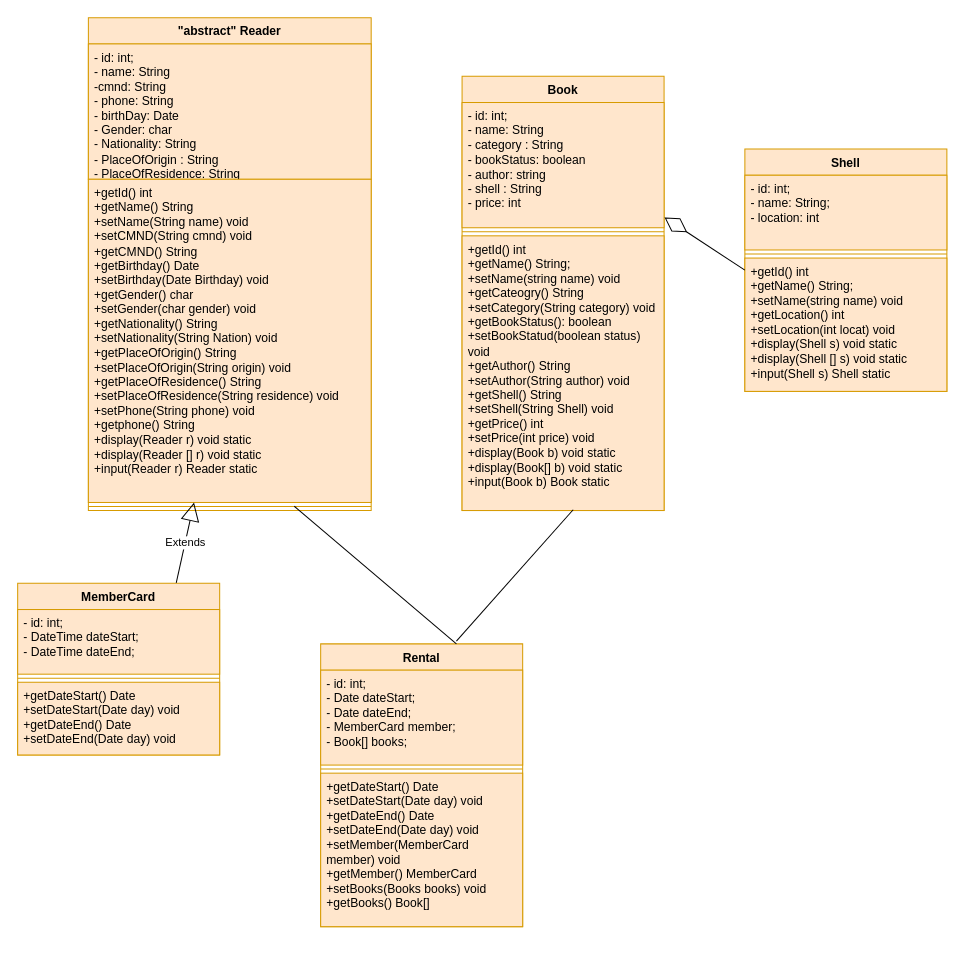
The draw.io diagram BookMan.ConsoleApp/Biểu đồ không có tiêu đề.drawio in sadbrain/week5, before the edit. Source tidied: cells renumbered, new cells numbered last; positions are measured from the earlier drawing's top-left corner, leaving out a move shared by most shapes. Both pictures are drawn from the tidied source at 101%, with x=0, y=0 at pixel (17, 17).
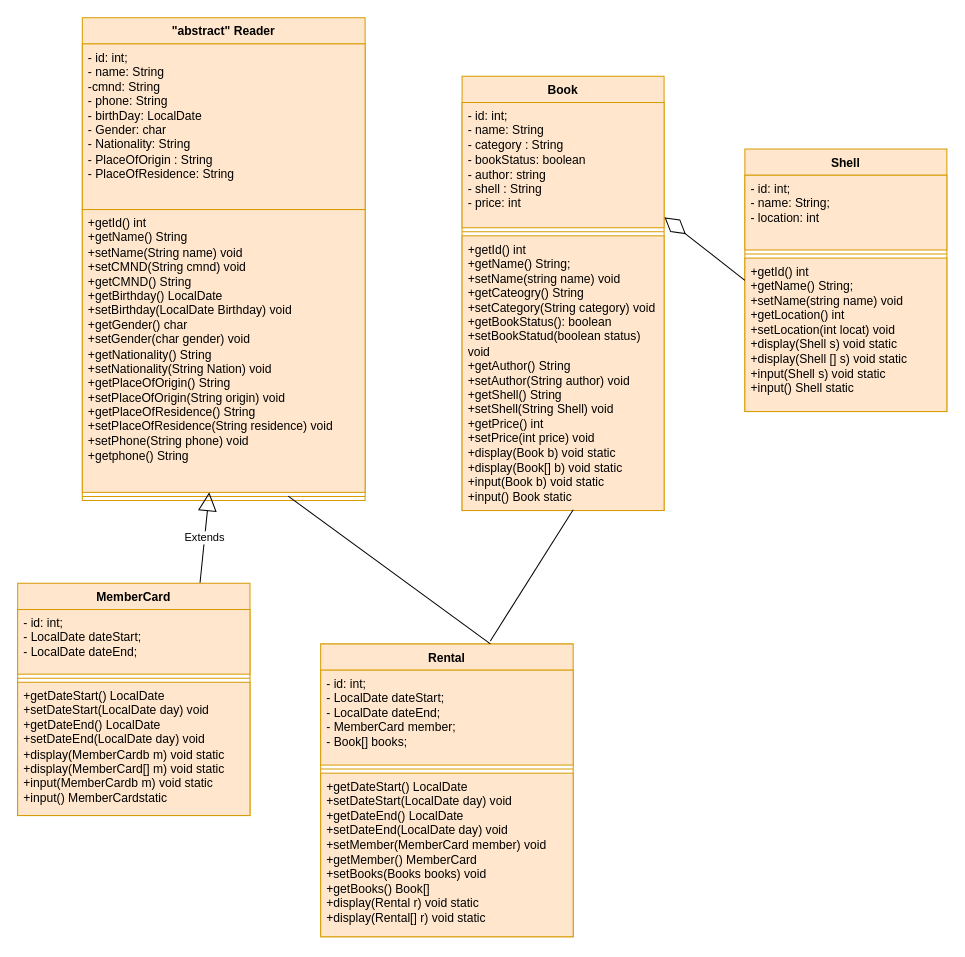
The same page after the edit.

Commit message:
Cập nhật Biểu đồ không có tiêu đề.drawio

Unchanged cells that the change refers to:
```xml
<mxCell id="19" value="Book" style="swimlane;fontStyle=1;align=center;verticalAlign=top;horizontal=1;startSize=26;whiteSpace=wrap;html=1;fillColor=#ffe6cc;strokeColor=#d79b00;" parent="1" vertex="1">
  <mxGeometry x="440" y="58" width="200" height="430" as="geometry" />
</mxCell>
```

What changed in the source:
```diff
@@
     <mxCell id="2" value="&quot;abstract&quot; Reader" style="swimlane;fontStyle=1;align=center;verticalAlign=top;horizontal=1;startSize=26;whiteSpace=wrap;html=1;fillColor=#ffe6cc;strokeColor=#d79b00;" parent="1" vertex="1">
-      <mxGeometry x="70" width="280" height="488" as="geometry" />
+      <mxGeometry x="64" width="280" height="478" as="geometry" />
     </mxCell>
-    <mxCell id="3" value="- id: int;&lt;br&gt;- name: String&lt;br&gt;-cmnd: String&lt;br&gt;- phone: String&lt;br&gt;- birthDay: Date&lt;br&gt;- Gender: char&lt;br&gt;- Nationality: String&lt;br&gt;- PlaceOfOrigin : String&lt;br&gt;- PlaceOfResidence: String" style="text;strokeColor=#d79b00;fillColor=#ffe6cc;align=left;verticalAlign=top;spacingLeft=4;spacingRight=4;overflow=hidden;whiteSpace=wrap;html=1;" parent="2" vertex="1">
-      <mxGeometry y="26" width="280" height="134" as="geometry" />
+    <mxCell id="3" value="- id: int;&lt;br&gt;- name: String&lt;br&gt;-cmnd: String&lt;br&gt;- phone: String&lt;br&gt;- birthDay: LocalDate&amp;nbsp;&lt;br&gt;- Gender: char&lt;br&gt;- Nationality: String&lt;br&gt;- PlaceOfOrigin : String&lt;br&gt;- PlaceOfResidence: String" style="text;strokeColor=#d79b00;fillColor=#ffe6cc;align=left;verticalAlign=top;spacingLeft=4;spacingRight=4;overflow=hidden;whiteSpace=wrap;html=1;" parent="2" vertex="1">
+      <mxGeometry y="26" width="280" height="164" as="geometry" />
     </mxCell>
-    <mxCell id="4" value="+getId() int&lt;br&gt;+getName() String&lt;br&gt;+setName(String name) void&lt;br&gt;+setCMND(String cmnd) void&lt;br&gt;+getCMND() String&lt;br&gt;+getBirthday() Date&lt;br&gt;+setBirthday(Date Birthday) void&lt;br&gt;+getGender() char&lt;br&gt;+setGender(char gender) void&lt;br&gt;+getNationality() String&lt;br&gt;+setNationality(String Nation) void&lt;br&gt;+getPlaceOfOrigin() String&lt;br&gt;+setPlaceOfOrigin(String origin) void&lt;br&gt;+getPlaceOfResidence() String&lt;br style=&quot;border-color: var(--border-color);&quot;&gt;+setPlaceOfResidence(String residence) void&lt;br&gt;+setPhone(String phone) void&lt;br&gt;+getphone() String&lt;br&gt;+display(Reader r) void&amp;nbsp;static&lt;br style=&quot;border-color: var(--border-color);&quot;&gt;+display(Reader&amp;nbsp;[] r) void static&lt;br style=&quot;border-color: var(--border-color);&quot;&gt;+input(Reader&amp;nbsp;r) Reader&amp;nbsp;static" style="text;strokeColor=#d79b00;fillColor=#ffe6cc;align=left;verticalAlign=top;spacingLeft=4;spacingRight=4;overflow=hidden;points=[[0,0.5],[1,0.5]];portConstraint=eastwest;whiteSpace=wrap;html=1;" parent="2" vertex="1">
-      <mxGeometry y="160" width="280" height="320" as="geometry" />
+    <mxCell id="4" value="+getId() int&lt;br&gt;+getName() String&lt;br&gt;+setName(String name) void&lt;br&gt;+setCMND(String cmnd) void&lt;br&gt;+getCMND() String&lt;br&gt;+getBirthday() LocalDate&amp;nbsp;&lt;br&gt;+setBirthday(LocalDate&amp;nbsp;Birthday) void&lt;br&gt;+getGender() char&lt;br&gt;+setGender(char gender) void&lt;br&gt;+getNationality() String&lt;br&gt;+setNationality(String Nation) void&lt;br&gt;+getPlaceOfOrigin() String&lt;br&gt;+setPlaceOfOrigin(String origin) void&lt;br&gt;+getPlaceOfResidence() String&lt;br style=&quot;border-color: var(--border-color);&quot;&gt;+setPlaceOfResidence(String residence) void&lt;br&gt;+setPhone(String phone) void&lt;br&gt;+getphone() String" style="text;strokeColor=#d79b00;fillColor=#ffe6cc;align=left;verticalAlign=top;spacingLeft=4;spacingRight=4;overflow=hidden;points=[[0,0.5],[1,0.5]];portConstraint=eastwest;whiteSpace=wrap;html=1;" parent="2" vertex="1">
+      <mxGeometry y="190" width="280" height="280" as="geometry" />
     </mxCell>
     <mxCell id="5" style="line;strokeWidth=1;fillColor=#ffe6cc;align=left;verticalAlign=middle;spacingTop=-1;spacingLeft=3;spacingRight=3;labelPosition=right;points=[];portConstraint=eastwest;strokeColor=#d79b00;" parent="2" vertex="1">
-      <mxGeometry y="480" width="280" height="8" as="geometry" />
+      <mxGeometry y="470" width="280" height="8" as="geometry" />
     </mxCell>
     <mxCell id="6" value="MemberCard" style="swimlane;fontStyle=1;align=center;verticalAlign=top;horizontal=1;startSize=26;whiteSpace=wrap;html=1;fillColor=#ffe6cc;strokeColor=#d79b00;" parent="1" vertex="1">
-      <mxGeometry y="560" width="200" height="170" as="geometry" />
+      <mxGeometry y="560" width="230" height="230" as="geometry" />
     </mxCell>
-    <mxCell id="7" value="- id: int;&lt;br&gt;- DateTime dateStart;&lt;br&gt;- DateTime dateEnd;" style="text;strokeColor=#d79b00;fillColor=#ffe6cc;align=left;verticalAlign=top;spacingLeft=4;spacingRight=4;overflow=hidden;whiteSpace=wrap;html=1;" parent="6" vertex="1">
-      <mxGeometry y="26" width="200" height="64" as="geometry" />
+    <mxCell id="7" value="- id: int;&lt;br&gt;- LocalDate dateStart;&lt;br&gt;- LocalDate&amp;nbsp;dateEnd;" style="text;strokeColor=#d79b00;fillColor=#ffe6cc;align=left;verticalAlign=top;spacingLeft=4;spacingRight=4;overflow=hidden;whiteSpace=wrap;html=1;" parent="6" vertex="1">
+      <mxGeometry y="26" width="230" height="64" as="geometry" />
     </mxCell>
     <mxCell id="8" style="line;strokeWidth=1;fillColor=#ffe6cc;align=left;verticalAlign=middle;spacingTop=-1;spacingLeft=3;spacingRight=3;labelPosition=right;strokeColor=#d79b00;" parent="6" vertex="1">
-      <mxGeometry y="90" width="200" height="8" as="geometry" />
+      <mxGeometry y="90" width="230" height="8" as="geometry" />
     </mxCell>
-    <mxCell id="9" value="+getDateStart() Date&lt;br&gt;+setDateStart(Date day) void&lt;br&gt;+getDateEnd() Date&lt;br style=&quot;border-color: var(--border-color);&quot;&gt;+setDateEnd(Date day) void" style="text;strokeColor=#d79b00;fillColor=#ffe6cc;align=left;verticalAlign=top;spacingLeft=4;spacingRight=4;overflow=hidden;whiteSpace=wrap;html=1;" parent="6" vertex="1">
-      <mxGeometry y="98" width="200" height="72" as="geometry" />
+    <mxCell id="9" value="+getDateStart() LocalDate&amp;nbsp;&lt;br&gt;+setDateStart(LocalDate&amp;nbsp;day) void&lt;br&gt;+getDateEnd() LocalDate&amp;nbsp;&lt;br style=&quot;border-color: var(--border-color);&quot;&gt;+setDateEnd(LocalDate&amp;nbsp;day) void&lt;br&gt;+display(MemberCardb m) void&amp;nbsp;static&lt;br style=&quot;border-color: var(--border-color);&quot;&gt;+display(MemberCard[] m) void static&lt;br style=&quot;border-color: var(--border-color);&quot;&gt;+input(MemberCardb m) void static&lt;br style=&quot;border-color: var(--border-color);&quot;&gt;+input()&amp;nbsp;MemberCardstatic" style="text;strokeColor=#d79b00;fillColor=#ffe6cc;align=left;verticalAlign=top;spacingLeft=4;spacingRight=4;overflow=hidden;whiteSpace=wrap;html=1;" parent="6" vertex="1">
+      <mxGeometry y="98" width="230" height="132" as="geometry" />
     </mxCell>
     <mxCell id="10" value="Rental" style="swimlane;fontStyle=1;align=center;verticalAlign=top;horizontal=1;startSize=26;whiteSpace=wrap;html=1;fillColor=#ffe6cc;strokeColor=#d79b00;" parent="1" vertex="1">
-      <mxGeometry x="300" y="620" width="200" height="280" as="geometry" />
+      <mxGeometry x="300" y="620" width="250" height="290" as="geometry" />
     </mxCell>
-    <mxCell id="11" value="- id: int;&lt;br&gt;- Date dateStart;&lt;br&gt;- Date dateEnd;&lt;br&gt;- MemberCard member;&lt;br&gt;- Book[] books;" style="text;strokeColor=#d79b00;fillColor=#ffe6cc;align=left;verticalAlign=top;spacingLeft=4;spacingRight=4;overflow=hidden;whiteSpace=wrap;html=1;" parent="10" vertex="1">
-      <mxGeometry y="26" width="200" height="94" as="geometry" />
+    <mxCell id="11" value="- id: int;&lt;br&gt;- LocalDate&amp;nbsp;dateStart;&lt;br&gt;- LocalDate&amp;nbsp;dateEnd;&lt;br&gt;- MemberCard member;&lt;br&gt;- Book[] books;" style="text;strokeColor=#d79b00;fillColor=#ffe6cc;align=left;verticalAlign=top;spacingLeft=4;spacingRight=4;overflow=hidden;whiteSpace=wrap;html=1;" parent="10" vertex="1">
+      <mxGeometry y="26" width="250" height="94" as="geometry" />
     </mxCell>
     <mxCell id="12" style="line;strokeWidth=1;fillColor=#ffe6cc;align=left;verticalAlign=middle;spacingTop=-1;spacingLeft=3;spacingRight=3;labelPosition=right;strokeColor=#d79b00;" parent="10" vertex="1">
-      <mxGeometry y="120" width="200" height="8" as="geometry" />
+      <mxGeometry y="120" width="250" height="8" as="geometry" />
     </mxCell>
-    <mxCell id="13" value="+getDateStart() Date&lt;br&gt;+setDateStart(Date day) void&lt;br&gt;+getDateEnd() Date&lt;br style=&quot;border-color: var(--border-color);&quot;&gt;+setDateEnd(Date day) void&lt;br&gt;+setMember(MemberCard member) void&lt;br&gt;+getMember() MemberCard&lt;br&gt;+setBooks(Books books) void&lt;br&gt;+getBooks() Book[]" style="text;strokeColor=#d79b00;fillColor=#ffe6cc;align=left;verticalAlign=top;spacingLeft=4;spacingRight=4;overflow=hidden;whiteSpace=wrap;html=1;" parent="10" vertex="1">
-      <mxGeometry y="128" width="200" height="152" as="geometry" />
+    <mxCell id="13" value="+getDateStart() LocalDate&amp;nbsp;&lt;br&gt;+setDateStart(LocalDate&amp;nbsp;day) void&lt;br&gt;+getDateEnd() LocalDate&amp;nbsp;&lt;br style=&quot;border-color: var(--border-color);&quot;&gt;+setDateEnd(LocalDate&amp;nbsp;day) void&lt;br&gt;+setMember(MemberCard member) void&lt;br&gt;+getMember() MemberCard&lt;br&gt;+setBooks(Books books) void&lt;br&gt;+getBooks() Book[]&lt;br&gt;+display(Rental r) void&amp;nbsp;static&lt;br style=&quot;border-color: var(--border-color);&quot;&gt;+display(Rental[] r) void static" style="text;strokeColor=#d79b00;fillColor=#ffe6cc;align=left;verticalAlign=top;spacingLeft=4;spacingRight=4;overflow=hidden;whiteSpace=wrap;html=1;" parent="10" vertex="1">
+      <mxGeometry y="128" width="250" height="162" as="geometry" />
     </mxCell>
     <mxCell id="14" value="Shell" style="swimlane;fontStyle=1;align=center;verticalAlign=top;horizontal=1;startSize=26;whiteSpace=wrap;html=1;fillColor=#ffe6cc;strokeColor=#d79b00;" parent="1" vertex="1">
-      <mxGeometry x="720" y="130" width="200" height="240" as="geometry" />
+      <mxGeometry x="720" y="130" width="200" height="260" as="geometry" />
     </mxCell>
@@
-    <mxCell id="17" value="+getId() int&lt;br style=&quot;border-color: var(--border-color);&quot;&gt;+getName() String;&lt;br style=&quot;border-color: var(--border-color);&quot;&gt;+setName(string name) void&lt;br style=&quot;border-color: var(--border-color);&quot;&gt;+getLocation() int&lt;br&gt;+setLocation(int locat) void&lt;br&gt;+display(Shell s) void&amp;nbsp;static&lt;br style=&quot;border-color: var(--border-color);&quot;&gt;+display(Shell [] s) void static&lt;br style=&quot;border-color: var(--border-color);&quot;&gt;+input(Shell&amp;nbsp;s) Shell static" style="text;strokeColor=#d79b00;fillColor=#ffe6cc;align=left;verticalAlign=top;spacingLeft=4;spacingRight=4;overflow=hidden;whiteSpace=wrap;html=1;" parent="14" vertex="1">
-      <mxGeometry y="108" width="200" height="132" as="geometry" />
+    <mxCell id="17" value="+getId() int&lt;br style=&quot;border-color: var(--border-color);&quot;&gt;+getName() String;&lt;br style=&quot;border-color: var(--border-color);&quot;&gt;+setName(string name) void&lt;br style=&quot;border-color: var(--border-color);&quot;&gt;+getLocation() int&lt;br&gt;+setLocation(int locat) void&lt;br&gt;+display(Shell s) void&amp;nbsp;static&lt;br style=&quot;border-color: var(--border-color);&quot;&gt;+display(Shell [] s) void static&lt;br style=&quot;border-color: var(--border-color);&quot;&gt;+input(Shell&amp;nbsp;s) void static&amp;nbsp; &amp;nbsp;&lt;br&gt;+input() Shell static&amp;nbsp;&amp;nbsp; &amp;nbsp; &amp;nbsp; &amp;nbsp; &amp;nbsp;" style="text;strokeColor=#d79b00;fillColor=#ffe6cc;align=left;verticalAlign=top;spacingLeft=4;spacingRight=4;overflow=hidden;whiteSpace=wrap;html=1;" parent="14" vertex="1">
+      <mxGeometry y="108" width="200" height="152" as="geometry" />
     </mxCell>
@@
-    <mxCell id="22" value="+getId() int&lt;br&gt;+getName() String;&lt;br&gt;+setName(string name) void&lt;br&gt;+getCateogry() String&lt;br&gt;+setCategory(String category) void&lt;br&gt;+getBookStatus(): boolean&lt;br&gt;+setBookStatud(boolean status) void&lt;br&gt;+getAuthor() String&lt;br&gt;+setAuthor(String author) void&lt;br&gt;+getShell() String&lt;br&gt;+setShell(String Shell) void&lt;br&gt;+getPrice() int&lt;br&gt;+setPrice(int price) void&lt;br&gt;+display(Book b) void&amp;nbsp;static&lt;br&gt;+display(Book[] b) void static&lt;br&gt;+input(Book b) Book static" style="text;strokeColor=#d79b00;fillColor=#ffe6cc;align=left;verticalAlign=top;spacingLeft=4;spacingRight=4;overflow=hidden;points=[[0,0.5],[1,0.5]];portConstraint=eastwest;whiteSpace=wrap;html=1;" parent="19" vertex="1">
+    <mxCell id="22" value="+getId() int&lt;br&gt;+getName() String;&lt;br&gt;+setName(string name) void&lt;br&gt;+getCateogry() String&lt;br&gt;+setCategory(String category) void&lt;br&gt;+getBookStatus(): boolean&lt;br&gt;+setBookStatud(boolean status) void&lt;br&gt;+getAuthor() String&lt;br&gt;+setAuthor(String author) void&lt;br&gt;+getShell() String&lt;br&gt;+setShell(String Shell) void&lt;br&gt;+getPrice() int&lt;br&gt;+setPrice(int price) void&lt;br&gt;+display(Book b) void&amp;nbsp;static&lt;br&gt;+display(Book[] b) void static&lt;br&gt;+input(Book b) void static&lt;br&gt;+input() Book static" style="text;strokeColor=#d79b00;fillColor=#ffe6cc;align=left;verticalAlign=top;spacingLeft=4;spacingRight=4;overflow=hidden;points=[[0,0.5],[1,0.5]];portConstraint=eastwest;whiteSpace=wrap;html=1;" parent="19" vertex="1">
       <mxGeometry y="158" width="200" height="272" as="geometry" />
     </mxCell>
```
